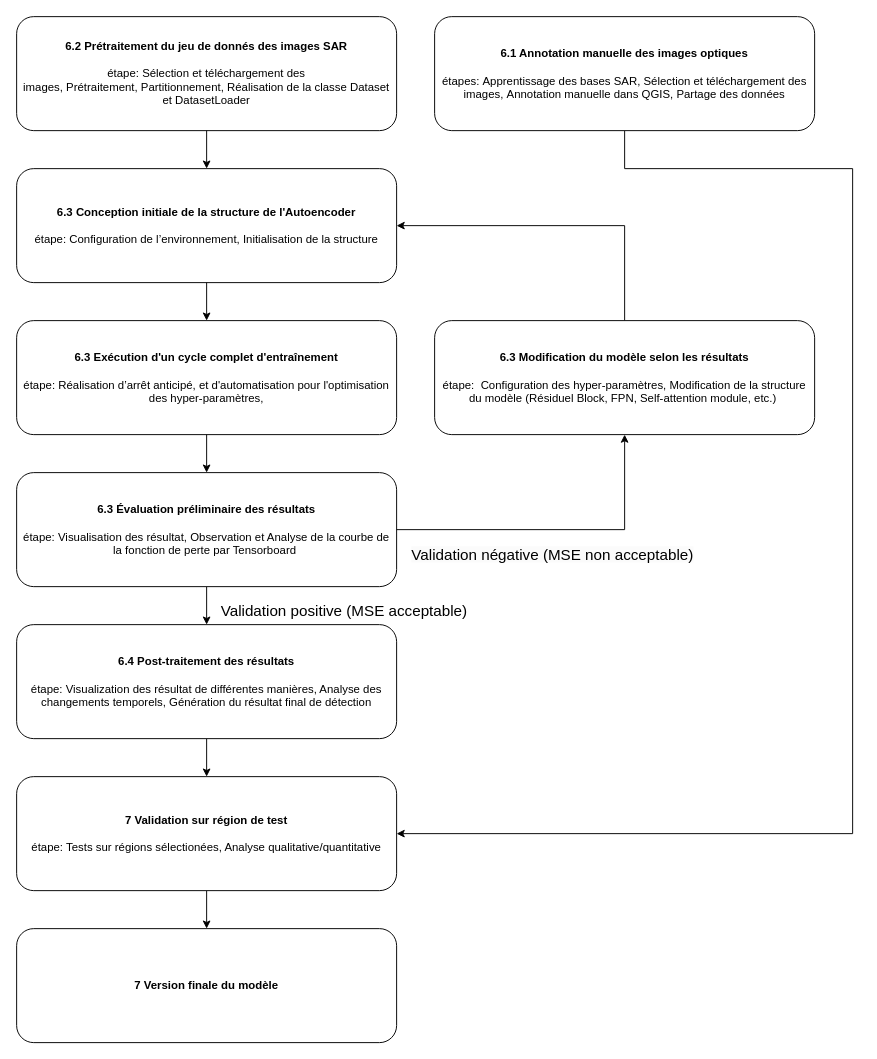
ZhangYiFan2003/SAR_Deforestation_Detection_Autoencoder keeps this draw.io diagram as report/flow_chart/flow_chart.drawio. Above is the earlier version. Source tidied: cells renumbered, new cells numbered last; positions are measured from the earlier drawing's top-left corner, leaving out a move shared by most shapes. Both pictures are drawn from the tidied source at 95%, with x=0, y=0 at pixel (16, 16).
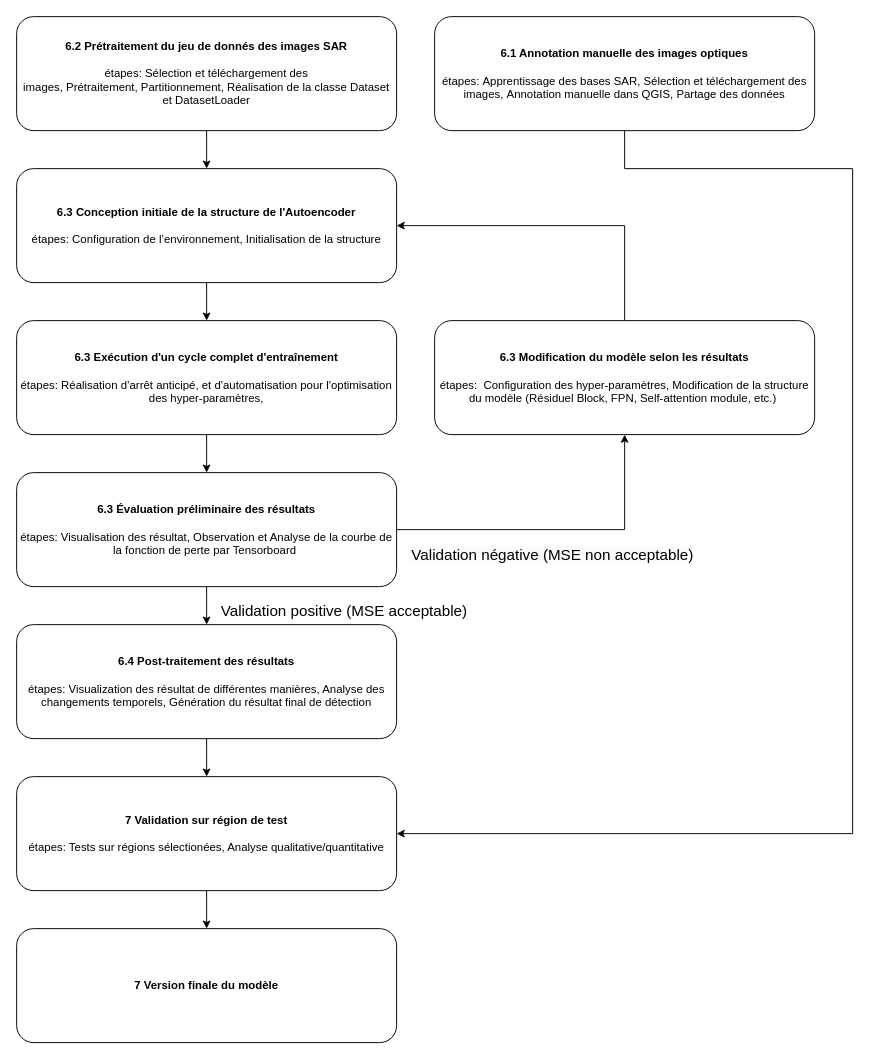
After the change.

Commit message:
update the flow chart

What changed in the source:
```diff
@@
-    <mxCell id="4" value="&lt;b&gt;6.2 Prétraitement du jeu de donnés des images SAR&lt;/b&gt;&lt;div&gt;&lt;b&gt;&lt;br&gt;&lt;/b&gt;&lt;/div&gt;&lt;div&gt;étape:&amp;nbsp;&lt;span style=&quot;background-color: transparent; color: light-dark(rgb(0, 0, 0), rgb(255, 255, 255));&quot;&gt;Sélection et téléchargement des images,&amp;nbsp;&lt;/span&gt;&lt;span style=&quot;background-color: transparent; color: light-dark(rgb(0, 0, 0), rgb(255, 255, 255));&quot;&gt;Prétraitement,&amp;nbsp;&lt;/span&gt;&lt;span style=&quot;background-color: transparent; color: light-dark(rgb(0, 0, 0), rgb(255, 255, 255));&quot;&gt;Partitionnement, Réalisation de la classe Dataset et DatasetLoader&lt;/span&gt;&lt;/div&gt;" style="rounded=1;whiteSpace=wrap;html=1;fontSize=12;glass=0;strokeWidth=1;shadow=0;" parent="1" vertex="1">
+    <mxCell id="4" value="&lt;b&gt;6.2 Prétraitement du jeu de donnés des images SAR&lt;/b&gt;&lt;div&gt;&lt;b&gt;&lt;br&gt;&lt;/b&gt;&lt;/div&gt;&lt;div&gt;étapes:&amp;nbsp;&lt;span style=&quot;background-color: transparent; color: light-dark(rgb(0, 0, 0), rgb(255, 255, 255));&quot;&gt;Sélection et téléchargement des images,&amp;nbsp;&lt;/span&gt;&lt;span style=&quot;background-color: transparent; color: light-dark(rgb(0, 0, 0), rgb(255, 255, 255));&quot;&gt;Prétraitement,&amp;nbsp;&lt;/span&gt;&lt;span style=&quot;background-color: transparent; color: light-dark(rgb(0, 0, 0), rgb(255, 255, 255));&quot;&gt;Partitionnement, Réalisation de la classe Dataset et DatasetLoader&lt;/span&gt;&lt;/div&gt;" style="rounded=1;whiteSpace=wrap;html=1;fontSize=12;glass=0;strokeWidth=1;shadow=0;" parent="1" vertex="1">
       <mxGeometry width="400" height="120" as="geometry" />
     </mxCell>
@@
-    <mxCell id="6" value="&lt;b&gt;6.3 Conception initiale de la structure de l'Autoencoder&lt;/b&gt;&lt;div&gt;&lt;b&gt;&lt;br&gt;&lt;/b&gt;&lt;/div&gt;&lt;div&gt;étape: Configuration de l’environnement, Initialisation de la structure&lt;/div&gt;" style="rounded=1;whiteSpace=wrap;html=1;fontSize=12;glass=0;strokeWidth=1;shadow=0;" parent="1" vertex="1">
+    <mxCell id="6" value="&lt;b&gt;6.3 Conception initiale de la structure de l'Autoencoder&lt;/b&gt;&lt;div&gt;&lt;b&gt;&lt;br&gt;&lt;/b&gt;&lt;/div&gt;&lt;div&gt;étapes: Configuration de l’environnement, Initialisation de la structure&lt;/div&gt;" style="rounded=1;whiteSpace=wrap;html=1;fontSize=12;glass=0;strokeWidth=1;shadow=0;" parent="1" vertex="1">
       <mxGeometry y="160" width="400" height="120" as="geometry" />
     </mxCell>
@@
-    <mxCell id="8" value="&lt;b&gt;6.3 Exécution d'un cycle complet d'entraînement&lt;/b&gt;&lt;div&gt;&lt;b&gt;&lt;br&gt;&lt;/b&gt;&lt;/div&gt;&lt;div&gt;étape:&amp;nbsp;&lt;span style=&quot;background-color: transparent; color: light-dark(rgb(0, 0, 0), rgb(255, 255, 255));&quot;&gt;Réalisation d’arrêt anticipé, et d'automatisation pour l'optimisation des hyper-paramètres,&lt;/span&gt;&lt;/div&gt;" style="rounded=1;whiteSpace=wrap;html=1;fontSize=12;glass=0;strokeWidth=1;shadow=0;" parent="1" vertex="1">
+    <mxCell id="8" value="&lt;b&gt;6.3 Exécution d'un cycle complet d'entraînement&lt;/b&gt;&lt;div&gt;&lt;b&gt;&lt;br&gt;&lt;/b&gt;&lt;/div&gt;&lt;div&gt;étapes:&amp;nbsp;&lt;span style=&quot;background-color: transparent; color: light-dark(rgb(0, 0, 0), rgb(255, 255, 255));&quot;&gt;Réalisation d’arrêt anticipé, et d'automatisation pour l'optimisation des hyper-paramètres,&lt;/span&gt;&lt;/div&gt;" style="rounded=1;whiteSpace=wrap;html=1;fontSize=12;glass=0;strokeWidth=1;shadow=0;" parent="1" vertex="1">
       <mxGeometry y="320" width="400" height="120" as="geometry" />
     </mxCell>
@@
-    <mxCell id="11" value="&lt;b&gt;6.3 Évaluation préliminaire des résultats&lt;/b&gt;&lt;div&gt;&lt;b&gt;&lt;br&gt;&lt;/b&gt;&lt;/div&gt;&lt;div&gt;étape: Visualisation des résultat, Observation et Analyse de la courbe de la fonction de perte par Tensorboard&amp;nbsp;&lt;/div&gt;" style="rounded=1;whiteSpace=wrap;html=1;fontSize=12;glass=0;strokeWidth=1;shadow=0;" parent="1" vertex="1">
+    <mxCell id="11" value="&lt;b&gt;6.3 Évaluation préliminaire des résultats&lt;/b&gt;&lt;div&gt;&lt;b&gt;&lt;br&gt;&lt;/b&gt;&lt;/div&gt;&lt;div&gt;étapes: Visualisation des résultat, Observation et Analyse de la courbe de la fonction de perte par Tensorboard&amp;nbsp;&lt;/div&gt;" style="rounded=1;whiteSpace=wrap;html=1;fontSize=12;glass=0;strokeWidth=1;shadow=0;" parent="1" vertex="1">
       <mxGeometry y="480" width="400" height="120" as="geometry" />
     </mxCell>
@@
-    <mxCell id="14" value="&lt;b&gt;6.3 Modification du modèle selon les résultats&lt;/b&gt;&lt;div&gt;&lt;b&gt;&lt;br&gt;&lt;/b&gt;&lt;/div&gt;&lt;div&gt;étape:&amp;nbsp;&amp;nbsp;&lt;span style=&quot;background-color: transparent; color: light-dark(rgb(0, 0, 0), rgb(255, 255, 255));&quot;&gt;Configuration des hyper-paramètres,&amp;nbsp;&lt;/span&gt;&lt;span style=&quot;background-color: transparent; color: light-dark(rgb(0, 0, 0), rgb(255, 255, 255));&quot;&gt;Modification de la structure du modèle (Résiduel Block, FPN, Self-attention module, etc.)&amp;nbsp;&lt;/span&gt;&lt;/div&gt;" style="rounded=1;whiteSpace=wrap;html=1;fontSize=12;glass=0;strokeWidth=1;shadow=0;" parent="1" vertex="1">
+    <mxCell id="14" value="&lt;b&gt;6.3 Modification du modèle selon les résultats&lt;/b&gt;&lt;div&gt;&lt;b&gt;&lt;br&gt;&lt;/b&gt;&lt;/div&gt;&lt;div&gt;étapes:&amp;nbsp;&amp;nbsp;&lt;span style=&quot;background-color: transparent; color: light-dark(rgb(0, 0, 0), rgb(255, 255, 255));&quot;&gt;Configuration des hyper-paramètres,&amp;nbsp;&lt;/span&gt;&lt;span style=&quot;background-color: transparent; color: light-dark(rgb(0, 0, 0), rgb(255, 255, 255));&quot;&gt;Modification de la structure du modèle (Résiduel Block, FPN, Self-attention module, etc.)&amp;nbsp;&lt;/span&gt;&lt;/div&gt;" style="rounded=1;whiteSpace=wrap;html=1;fontSize=12;glass=0;strokeWidth=1;shadow=0;" parent="1" vertex="1">
       <mxGeometry x="440" y="320" width="400" height="120" as="geometry" />
     </mxCell>
@@
-    <mxCell id="16" value="&lt;span style=&quot;text-align: left;&quot;&gt;&lt;b&gt;7 Validation sur région de test&lt;/b&gt;&lt;/span&gt;&lt;div&gt;&lt;span style=&quot;text-align: left;&quot;&gt;&lt;b&gt;&lt;br&gt;&lt;/b&gt;&lt;/span&gt;&lt;/div&gt;&lt;div style=&quot;&quot;&gt;étape: Tests sur régions sélectionées, Analyse&amp;nbsp;qualitative/quantitative&lt;/div&gt;" style="rounded=1;whiteSpace=wrap;html=1;fontSize=12;glass=0;strokeWidth=1;shadow=0;" parent="1" vertex="1">
+    <mxCell id="16" value="&lt;span style=&quot;text-align: left;&quot;&gt;&lt;b&gt;7 Validation sur région de test&lt;/b&gt;&lt;/span&gt;&lt;div&gt;&lt;span style=&quot;text-align: left;&quot;&gt;&lt;b&gt;&lt;br&gt;&lt;/b&gt;&lt;/span&gt;&lt;/div&gt;&lt;div style=&quot;&quot;&gt;étapes: Tests sur régions sélectionées, Analyse&amp;nbsp;qualitative/quantitative&lt;/div&gt;" style="rounded=1;whiteSpace=wrap;html=1;fontSize=12;glass=0;strokeWidth=1;shadow=0;" parent="1" vertex="1">
       <mxGeometry y="800" width="400" height="120" as="geometry" />
     </mxCell>
@@
-    <mxCell id="21" value="&lt;b&gt;6.4 Post-traitement des résultats&lt;/b&gt;&lt;div&gt;&lt;b&gt;&lt;br&gt;&lt;/b&gt;&lt;/div&gt;&lt;div&gt;étape: Visualization des résultat de différentes manières, Analyse des changements temporels, Génération du résultat final de détection&lt;/div&gt;" style="rounded=1;whiteSpace=wrap;html=1;fontSize=12;glass=0;strokeWidth=1;shadow=0;" parent="1" vertex="1">
+    <mxCell id="21" value="&lt;b&gt;6.4 Post-traitement des résultats&lt;/b&gt;&lt;div&gt;&lt;b&gt;&lt;br&gt;&lt;/b&gt;&lt;/div&gt;&lt;div&gt;étapes: Visualization des résultat de différentes manières, Analyse des changements temporels, Génération du résultat final de détection&lt;/div&gt;" style="rounded=1;whiteSpace=wrap;html=1;fontSize=12;glass=0;strokeWidth=1;shadow=0;" parent="1" vertex="1">
       <mxGeometry y="640" width="400" height="120" as="geometry" />
     </mxCell>
```
